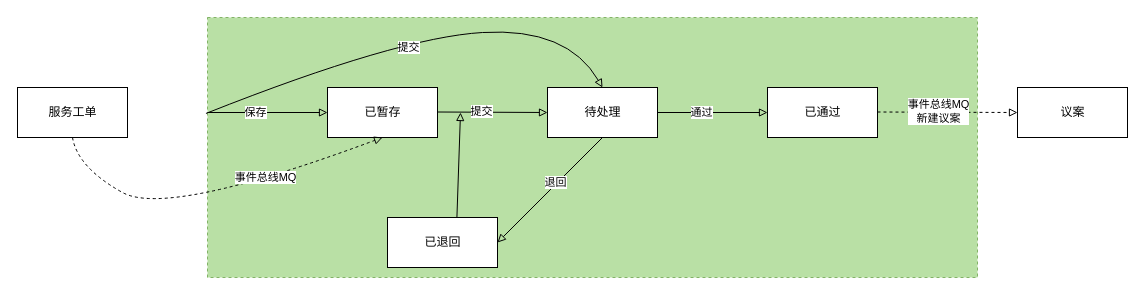
Earlier version of the draw.io diagram page "DTR事件设计" (5 of 6) of images/DTR时序图.drawio (1132489442/designer). Source tidied: cells renumbered, new cells numbered last; positions are measured from the earlier drawing's top-left corner, leaving out a move shared by most shapes. Both pictures are drawn from the tidied source at 100%, with x=0, y=0 at pixel (17, 17).
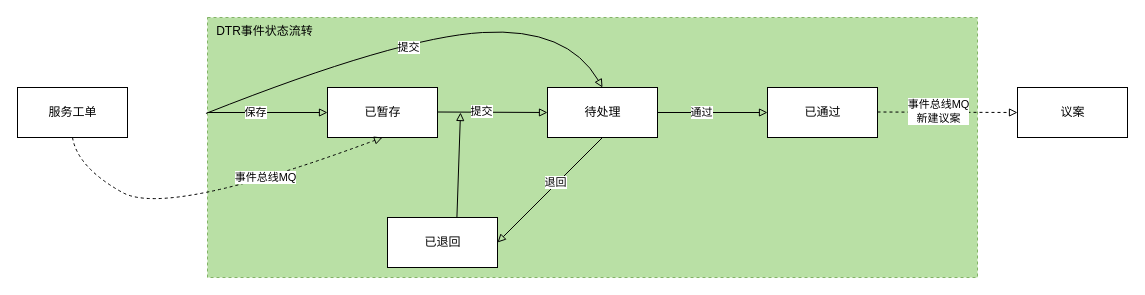
Above is the later version.

What changed in the source:
```diff
@@
+    <mxCell id="24" value="DTR事件状态流转" style="text;html=1;align=center;verticalAlign=middle;strokeColor=none;fillColor=none;" parent="1" vertex="1">
+      <mxGeometry x="192" y="4" width="110" height="20" as="geometry" />
+    </mxCell>
```
